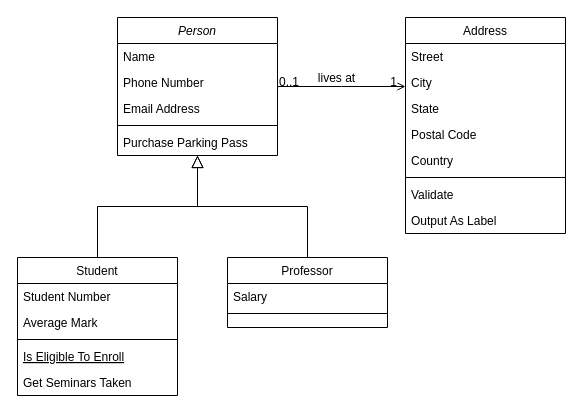
This is Untitled Diagram.drawio from Spectrum184/tan_blog, a draw.io file, before an edit. Source tidied: cells renumbered, new cells numbered last; positions are measured from the earlier drawing's top-left corner, leaving out a move shared by most shapes. Both pictures are drawn from the tidied source at 100%, with x=0, y=0 at pixel (17, 17).
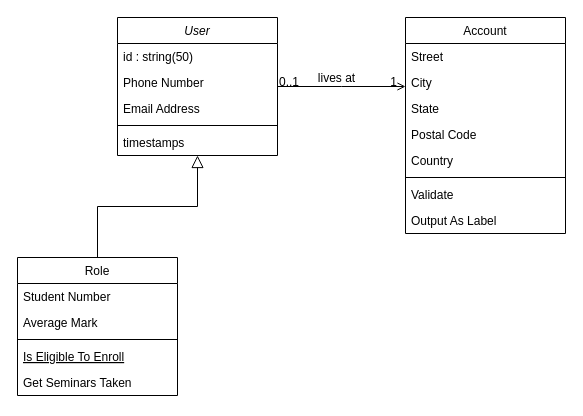
The same diagram, later.

Change to the diagram source:
```diff
@@
-    <mxCell id="2" value="Person" style="swimlane;fontStyle=2;align=center;verticalAlign=top;horizontal=1;startSize=26;rounded=0;shadow=0;strokeWidth=1;" parent="1" vertex="1">
+    <mxCell id="2" value="User" style="swimlane;fontStyle=2;align=center;verticalAlign=top;horizontal=1;startSize=26;rounded=0;shadow=0;strokeWidth=1;" parent="1" vertex="1">
       <mxGeometry x="100" width="160" height="138" as="geometry" />
     </mxCell>
-    <mxCell id="3" value="Name" style="text;align=left;verticalAlign=top;spacingLeft=4;spacingRight=4;overflow=hidden;" parent="2" vertex="1">
+    <mxCell id="3" value="id : string(50)   " style="text;align=left;verticalAlign=top;spacingLeft=4;spacingRight=4;overflow=hidden;" parent="2" vertex="1">
       <mxGeometry y="26" width="160" height="26" as="geometry" />
     </mxCell>
@@
-    <mxCell id="7" value="Purchase Parking Pass" style="text;align=left;verticalAlign=top;spacingLeft=4;spacingRight=4;overflow=hidden;" parent="2" vertex="1">
+    <mxCell id="7" value="timestamps&#10;" style="text;align=left;verticalAlign=top;spacingLeft=4;spacingRight=4;overflow=hidden;" parent="2" vertex="1">
       <mxGeometry y="112" width="160" height="26" as="geometry" />
     </mxCell>
-    <mxCell id="8" value="Student" style="swimlane;fontStyle=0;align=center;verticalAlign=top;horizontal=1;startSize=26;rounded=0;shadow=0;strokeWidth=1;" parent="1" vertex="1">
+    <mxCell id="8" value="Role" style="swimlane;fontStyle=0;align=center;verticalAlign=top;horizontal=1;startSize=26;rounded=0;shadow=0;strokeWidth=1;" parent="1" vertex="1">
       <mxGeometry y="240" width="160" height="138" as="geometry" />
     </mxCell>
@@
-    <mxCell id="15" value="Professor" style="swimlane;fontStyle=0;align=center;verticalAlign=top;horizontal=1;startSize=26;rounded=0;shadow=0;strokeWidth=1;" parent="1" vertex="1">
-      <mxGeometry x="210" y="240" width="160" height="70" as="geometry" />
-    </mxCell>
-    <mxCell id="16" value="Salary" style="text;align=left;verticalAlign=top;spacingLeft=4;spacingRight=4;overflow=hidden;" parent="15" vertex="1">
-      <mxGeometry y="26" width="160" height="26" as="geometry" />
-    </mxCell>
-    <mxCell id="17" style="line;html=1;strokeWidth=1;align=left;verticalAlign=middle;spacingTop=-1;spacingLeft=3;spacingRight=3;labelPosition=right;" parent="15" vertex="1">
-      <mxGeometry y="52" width="160" height="8" as="geometry" />
-    </mxCell>
-    <mxCell id="18" style="endArrow=block;endSize=10;endFill=0;shadow=0;strokeWidth=1;rounded=0;edgeStyle=elbowEdgeStyle;elbow=vertical;" parent="1" edge="1" source="15" target="2">
-      <mxGeometry relative="1" as="geometry" />
-    </mxCell>
-    <mxCell id="19" value="Address" style="swimlane;fontStyle=0;align=center;verticalAlign=top;horizontal=1;startSize=26;rounded=0;shadow=0;strokeWidth=1;" parent="1" vertex="1">
+    <mxCell id="19" value="Account" style="swimlane;fontStyle=0;align=center;verticalAlign=top;horizontal=1;startSize=26;rounded=0;shadow=0;strokeWidth=1;" parent="1" vertex="1">
       <mxGeometry x="388" width="160" height="216" as="geometry" />
     </mxCell>
```
